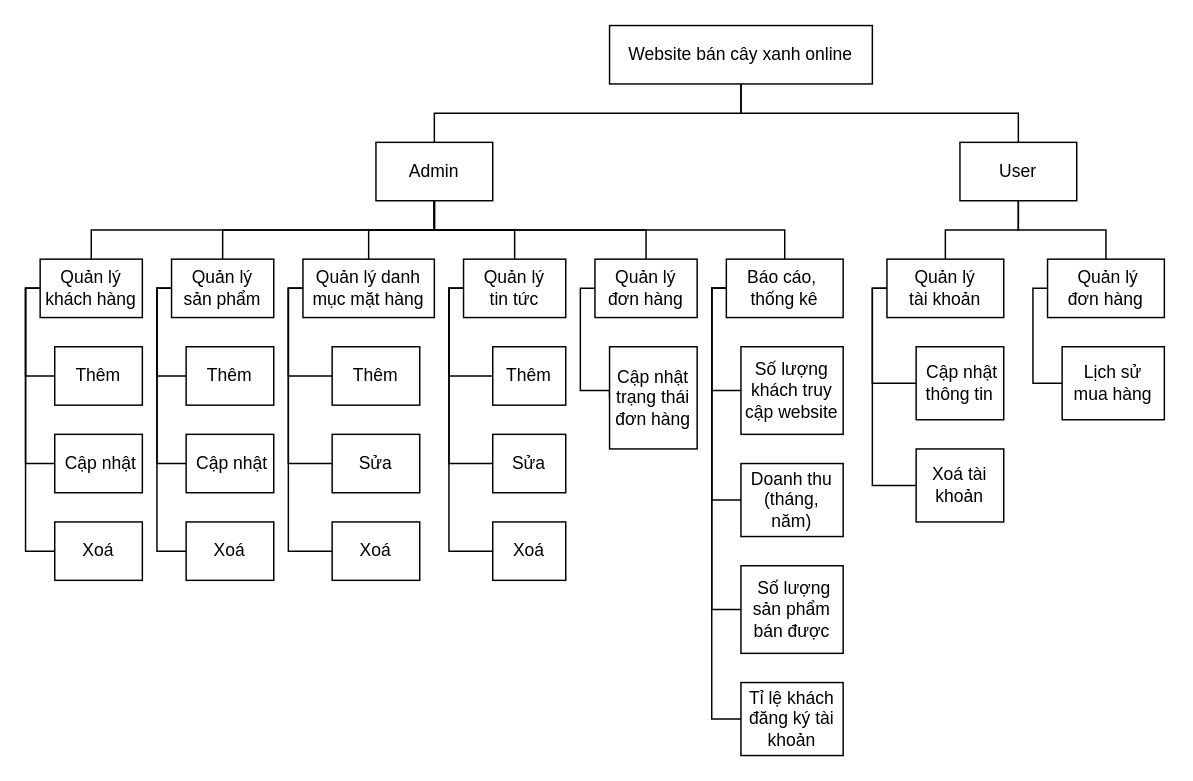
The draw.io diagram Untitled Diagram.drawio in lmtNoLimit/plants-store-laravel, before the edit. Source tidied: cells renumbered, new cells numbered last; positions are measured from the earlier drawing's top-left corner, leaving out a move shared by most shapes. Both pictures are drawn from the tidied source at 146%, with x=0, y=0 at pixel (25, 25).
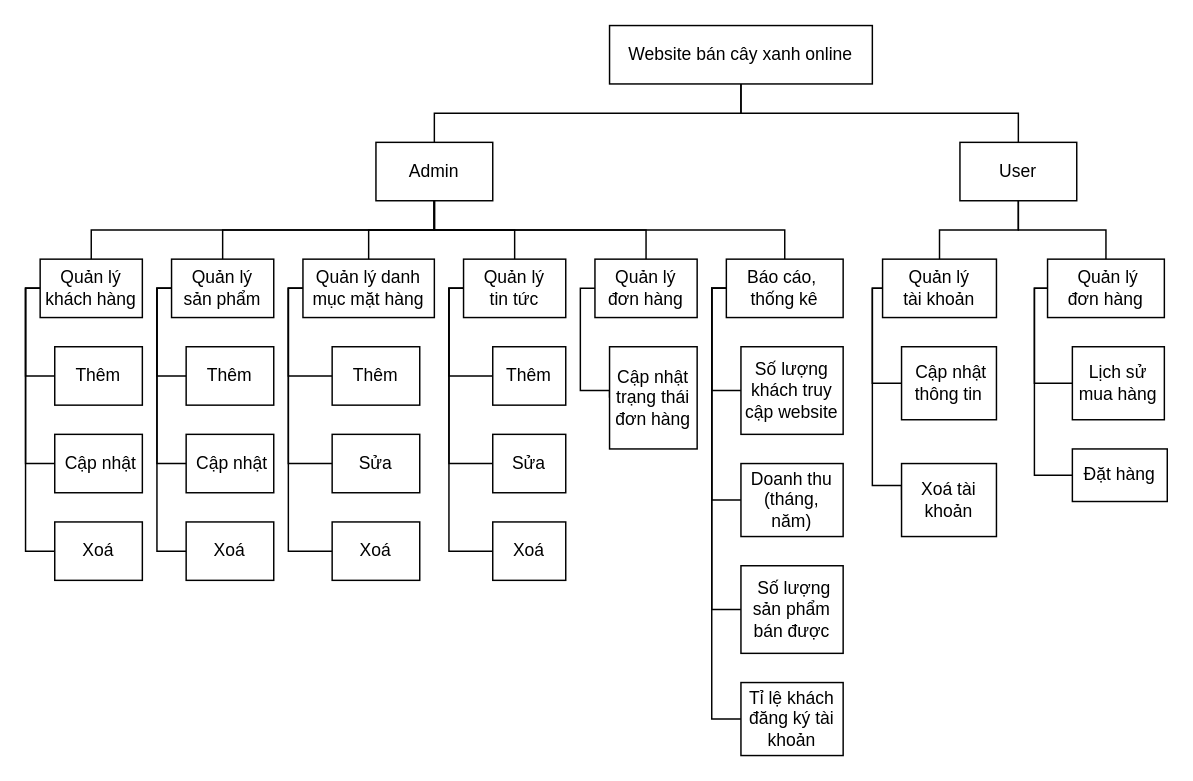
The same diagram, later.

The change refers to these unchanged cells:
```xml
<mxCell id="39" value="&amp;nbsp;Quản lý&lt;br&gt;đơn hàng" style="rounded=0;whiteSpace=wrap;html=1;" parent="1" vertex="1">
  <mxGeometry x="700" y="160" width="80" height="40" as="geometry" />
</mxCell>
```

Diff of the diagram source:
```diff
@@
     <mxCell id="37" value="Quản lý&lt;br&gt;tài khoản" style="rounded=0;whiteSpace=wrap;html=1;" parent="1" vertex="1">
-      <mxGeometry x="590" y="160" width="80" height="40" as="geometry" />
+      <mxGeometry x="587" y="160" width="78" height="40" as="geometry" />
     </mxCell>
     <mxCell id="38" style="edgeStyle=orthogonalEdgeStyle;rounded=0;jettySize=auto;html=1;exitX=0;exitY=0.5;exitDx=0;exitDy=0;entryX=0;entryY=0.5;entryDx=0;entryDy=0;endArrow=none;endFill=0;" parent="1" edge="1" source="39" target="62">
       <mxGeometry relative="1" as="geometry">
         <Array as="points">
-          <mxPoint x="690" y="180" />
-          <mxPoint x="690" y="245" />
+          <mxPoint x="691" y="180" />
+          <mxPoint x="691" y="245" />
         </Array>
       </mxGeometry>
     </mxCell>
+    <mxCell id="63" style="edgeStyle=orthogonalEdgeStyle;rounded=0;jettySize=auto;html=1;exitX=0;exitY=0.5;exitDx=0;exitDy=0;entryX=0;entryY=0.5;entryDx=0;entryDy=0;endArrow=none;endFill=0;" parent="1" edge="1" source="39" target="64">
+      <mxGeometry relative="1" as="geometry">
+        <Array as="points">
+          <mxPoint x="691" y="180" />
+          <mxPoint x="691" y="308" />
+        </Array>
+      </mxGeometry>
+    </mxCell>
@@
     <mxCell id="60" value="&amp;nbsp;Cập nhật thông tin" style="rounded=0;whiteSpace=wrap;html=1;" parent="1" vertex="1">
-      <mxGeometry x="610" y="220" width="60" height="50" as="geometry" />
+      <mxGeometry x="600" y="220" width="65" height="50" as="geometry" />
     </mxCell>
     <mxCell id="61" value="Xoá tài khoản" style="rounded=0;whiteSpace=wrap;html=1;" parent="1" vertex="1">
-      <mxGeometry x="610" y="290" width="60" height="50" as="geometry" />
+      <mxGeometry x="600" y="300" width="65" height="50" as="geometry" />
     </mxCell>
     <mxCell id="62" value="Lịch sử&lt;br&gt;mua hàng" style="rounded=0;whiteSpace=wrap;html=1;" parent="1" vertex="1">
-      <mxGeometry x="710" y="220" width="70" height="50" as="geometry" />
+      <mxGeometry x="717" y="220" width="63" height="50" as="geometry" />
     </mxCell>
+    <mxCell id="64" value="Đặt hàng" style="rounded=0;whiteSpace=wrap;html=1;" parent="1" vertex="1">
+      <mxGeometry x="717" y="290" width="65" height="36" as="geometry" />
+    </mxCell>
```
